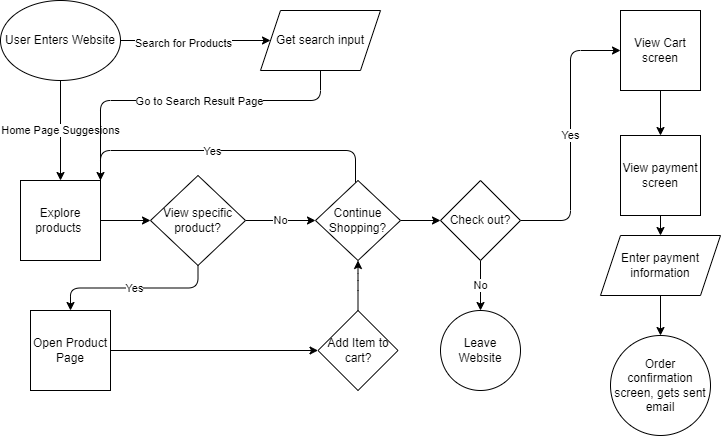
This is explore/diagramming/diagram.drawio.png from aolsen07/fa22-cse110-lab4, a draw.io export, as it was before one commit. Source tidied: cells renumbered, new cells last; positions are measured from the earlier drawing's top-left corner, leaving out a move shared by most shapes. Its diagram source:
```xml
<mxGraphModel>
  <root>
    <mxCell id="0" />
    <mxCell id="1" parent="0" />
    <mxCell id="2" style="edgeStyle=none;html=1;entryX=0;entryY=0.5;entryDx=0;entryDy=0;exitX=1;exitY=0.5;exitDx=0;exitDy=0;" parent="1" edge="1" source="7" target="8">
      <mxGeometry relative="1" as="geometry" />
    </mxCell>
    <mxCell id="3" value="Search for Products" style="edgeLabel;html=1;align=center;verticalAlign=middle;" parent="2" vertex="1">
      <mxGeometry x="-0.17" y="-2" relative="1" as="geometry" />
    </mxCell>
    <mxCell id="4" value="Home Page Suggesions" style="edgeStyle=none;html=1;entryX=0.5;entryY=0;entryDx=0;entryDy=0;startArrow=none;" parent="1" edge="1" source="7" target="6">
      <mxGeometry relative="1" as="geometry" />
    </mxCell>
    <mxCell id="5" style="edgeStyle=orthogonalEdgeStyle;html=1;entryX=0;entryY=0.5;entryDx=0;entryDy=0;" parent="1" edge="1" source="6" target="23">
      <mxGeometry relative="1" as="geometry" />
    </mxCell>
    <mxCell id="6" value="Explore products&amp;nbsp;" style="whiteSpace=wrap;html=1;" parent="1" vertex="1">
      <mxGeometry x="20" y="180" width="80" height="80" as="geometry" />
    </mxCell>
    <mxCell id="7" value="User Enters Website" style="ellipse;whiteSpace=wrap;html=1;" parent="1" vertex="1">
      <mxGeometry width="120" height="80" as="geometry" />
    </mxCell>
    <mxCell id="8" value="Get search input" style="shape=parallelogram;perimeter=parallelogramPerimeter;whiteSpace=wrap;html=1;fixedSize=1;" parent="1" vertex="1">
      <mxGeometry x="260" y="10" width="120" height="60" as="geometry" />
    </mxCell>
    <mxCell id="9" style="edgeStyle=none;html=1;exitX=0.5;exitY=1;exitDx=0;exitDy=0;" parent="1" edge="1" source="10" target="12">
      <mxGeometry relative="1" as="geometry" />
    </mxCell>
    <mxCell id="10" value="View Cart screen" style="whiteSpace=wrap;html=1;" parent="1" vertex="1">
      <mxGeometry x="620" y="10" width="80" height="80" as="geometry" />
    </mxCell>
    <mxCell id="11" style="edgeStyle=none;html=1;exitX=0.5;exitY=1;exitDx=0;exitDy=0;entryX=0.5;entryY=0;entryDx=0;entryDy=0;" parent="1" edge="1" source="12" target="14">
      <mxGeometry relative="1" as="geometry" />
    </mxCell>
    <mxCell id="12" value="View payment screen" style="whiteSpace=wrap;html=1;" parent="1" vertex="1">
      <mxGeometry x="620" y="135" width="80" height="80" as="geometry" />
    </mxCell>
    <mxCell id="13" style="edgeStyle=none;html=1;exitX=0.5;exitY=1;exitDx=0;exitDy=0;entryX=0.5;entryY=0;entryDx=0;entryDy=0;" parent="1" edge="1" source="14" target="15">
      <mxGeometry relative="1" as="geometry" />
    </mxCell>
    <mxCell id="14" value="Enter payment information" style="shape=parallelogram;perimeter=parallelogramPerimeter;whiteSpace=wrap;html=1;fixedSize=1;" parent="1" vertex="1">
      <mxGeometry x="600" y="235" width="120" height="60" as="geometry" />
    </mxCell>
    <mxCell id="15" value="Order confirmation screen, gets sent email" style="ellipse;whiteSpace=wrap;html=1;" parent="1" vertex="1">
      <mxGeometry x="610" y="335" width="100" height="100" as="geometry" />
    </mxCell>
    <mxCell id="16" value="Yes" style="edgeStyle=orthogonalEdgeStyle;html=1;exitX=1;exitY=0.5;exitDx=0;exitDy=0;entryX=0;entryY=0.5;entryDx=0;entryDy=0;" parent="1" edge="1" source="18" target="10">
      <mxGeometry relative="1" as="geometry" />
    </mxCell>
    <mxCell id="17" value="No" style="edgeStyle=orthogonalEdgeStyle;html=1;exitX=0.5;exitY=1;exitDx=0;exitDy=0;entryX=0.5;entryY=0;entryDx=0;entryDy=0;" parent="1" edge="1" source="18" target="32">
      <mxGeometry relative="1" as="geometry" />
    </mxCell>
    <mxCell id="18" value="Check out?" style="rhombus;whiteSpace=wrap;html=1;" parent="1" vertex="1">
      <mxGeometry x="440" y="180" width="80" height="80" as="geometry" />
    </mxCell>
    <mxCell id="19" style="edgeStyle=orthogonalEdgeStyle;html=1;exitX=0.5;exitY=1;exitDx=0;exitDy=0;entryX=1;entryY=0;entryDx=0;entryDy=0;endArrow=none;" parent="1" edge="1" source="8" target="6">
      <mxGeometry relative="1" as="geometry">
        <Array as="points">
          <mxPoint x="320" y="100" />
          <mxPoint x="100" y="100" />
        </Array>
      </mxGeometry>
    </mxCell>
    <mxCell id="20" value="Go to Search Result Page" style="edgeLabel;html=1;align=center;verticalAlign=middle;" parent="19" vertex="1">
      <mxGeometry x="0.33" y="1" relative="1" as="geometry">
        <mxPoint x="67" y="-1" as="offset" />
      </mxGeometry>
    </mxCell>
    <mxCell id="21" value="No" style="edgeStyle=orthogonalEdgeStyle;html=1;entryX=0;entryY=0.5;entryDx=0;entryDy=0;" parent="1" edge="1" source="23" target="29">
      <mxGeometry relative="1" as="geometry" />
    </mxCell>
    <mxCell id="22" value="Yes" style="edgeStyle=orthogonalEdgeStyle;html=1;exitX=0.5;exitY=1;exitDx=0;exitDy=0;entryX=0.5;entryY=0;entryDx=0;entryDy=0;" parent="1" edge="1" source="23" target="25">
      <mxGeometry relative="1" as="geometry" />
    </mxCell>
    <mxCell id="23" value="View specific product?" style="rhombus;whiteSpace=wrap;html=1;" parent="1" vertex="1">
      <mxGeometry x="150" y="175" width="95" height="90" as="geometry" />
    </mxCell>
    <mxCell id="24" style="edgeStyle=orthogonalEdgeStyle;html=1;exitX=1;exitY=0.5;exitDx=0;exitDy=0;entryX=0;entryY=0.5;entryDx=0;entryDy=0;" parent="1" edge="1" source="25" target="31">
      <mxGeometry relative="1" as="geometry">
        <Array as="points">
          <mxPoint x="110" y="350" />
        </Array>
      </mxGeometry>
    </mxCell>
    <mxCell id="25" value="Open Product Page" style="whiteSpace=wrap;html=1;" parent="1" vertex="1">
      <mxGeometry x="30" y="310" width="80" height="80" as="geometry" />
    </mxCell>
    <mxCell id="26" style="edgeStyle=orthogonalEdgeStyle;html=1;" parent="1" edge="1" source="29">
      <mxGeometry relative="1" as="geometry">
        <mxPoint x="100" y="180" as="targetPoint" />
        <Array as="points">
          <mxPoint x="355" y="150" />
          <mxPoint x="100" y="150" />
        </Array>
      </mxGeometry>
    </mxCell>
    <mxCell id="27" value="Yes" style="edgeLabel;html=1;align=center;verticalAlign=middle;" parent="26" vertex="1">
      <mxGeometry x="-0.24" y="3" relative="1" as="geometry">
        <mxPoint x="-55" y="-3" as="offset" />
      </mxGeometry>
    </mxCell>
    <mxCell id="28" style="edgeStyle=orthogonalEdgeStyle;html=1;entryX=0;entryY=0.5;entryDx=0;entryDy=0;" parent="1" edge="1" source="29" target="18">
      <mxGeometry relative="1" as="geometry" />
    </mxCell>
    <mxCell id="29" value="Continue Shopping?" style="rhombus;whiteSpace=wrap;html=1;" parent="1" vertex="1">
      <mxGeometry x="315" y="180" width="85" height="80" as="geometry" />
    </mxCell>
    <mxCell id="30" style="edgeStyle=orthogonalEdgeStyle;html=1;exitX=0.5;exitY=0;exitDx=0;exitDy=0;entryX=0.5;entryY=1;entryDx=0;entryDy=0;" parent="1" edge="1" source="31" target="29">
      <mxGeometry relative="1" as="geometry">
        <Array as="points">
          <mxPoint x="358" y="280" />
          <mxPoint x="358" y="280" />
        </Array>
      </mxGeometry>
    </mxCell>
    <mxCell id="31" value="Add Item to cart?" style="rhombus;whiteSpace=wrap;html=1;" parent="1" vertex="1">
      <mxGeometry x="317.5" y="310" width="80" height="80" as="geometry" />
    </mxCell>
    <mxCell id="32" value="Leave Website" style="ellipse;whiteSpace=wrap;html=1;" parent="1" vertex="1">
      <mxGeometry x="440" y="310" width="80" height="80" as="geometry" />
    </mxCell>
  </root>
</mxGraphModel>
```
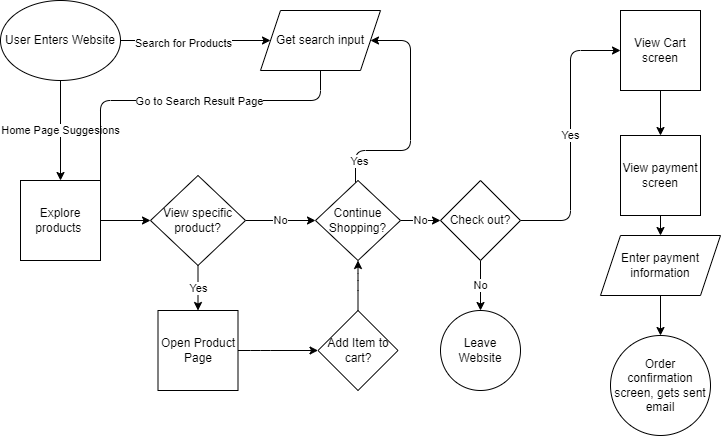
After the commit.

The edit, as a diff of the source:
```diff
@@ -78,28 +78,29 @@
     <mxCell id="24" style="edgeStyle=orthogonalEdgeStyle;html=1;exitX=1;exitY=0.5;exitDx=0;exitDy=0;entryX=0;entryY=0.5;entryDx=0;entryDy=0;" parent="1" edge="1" source="25" target="31">
       <mxGeometry relative="1" as="geometry">
         <Array as="points">
-          <mxPoint x="110" y="350" />
+          <mxPoint x="260" y="350" />
+          <mxPoint x="260" y="350" />
         </Array>
       </mxGeometry>
     </mxCell>
     <mxCell id="25" value="Open Product Page" style="whiteSpace=wrap;html=1;" parent="1" vertex="1">
-      <mxGeometry x="30" y="310" width="80" height="80" as="geometry" />
+      <mxGeometry x="157.5" y="310" width="80" height="80" as="geometry" />
     </mxCell>
-    <mxCell id="26" style="edgeStyle=orthogonalEdgeStyle;html=1;" parent="1" edge="1" source="29">
+    <mxCell id="26" style="edgeStyle=orthogonalEdgeStyle;html=1;entryX=1;entryY=0.5;entryDx=0;entryDy=0;" parent="1" edge="1" source="29" target="8">
       <mxGeometry relative="1" as="geometry">
-        <mxPoint x="100" y="180" as="targetPoint" />
         <Array as="points">
           <mxPoint x="355" y="150" />
-          <mxPoint x="100" y="150" />
+          <mxPoint x="410" y="150" />
+          <mxPoint x="410" y="40" />
         </Array>
       </mxGeometry>
     </mxCell>
     <mxCell id="27" value="Yes" style="edgeLabel;html=1;align=center;verticalAlign=middle;" parent="26" vertex="1">
       <mxGeometry x="-0.24" y="3" relative="1" as="geometry">
-        <mxPoint x="-55" y="-3" as="offset" />
+        <mxPoint x="-49" y="13" as="offset" />
       </mxGeometry>
     </mxCell>
-    <mxCell id="28" style="edgeStyle=orthogonalEdgeStyle;html=1;entryX=0;entryY=0.5;entryDx=0;entryDy=0;" parent="1" edge="1" source="29" target="18">
+    <mxCell id="28" value="No" style="edgeStyle=orthogonalEdgeStyle;html=1;entryX=0;entryY=0.5;entryDx=0;entryDy=0;" parent="1" edge="1" source="29" target="18">
       <mxGeometry relative="1" as="geometry" />
     </mxCell>
     <mxCell id="29" value="Continue Shopping?" style="rhombus;whiteSpace=wrap;html=1;" parent="1" vertex="1">
```
